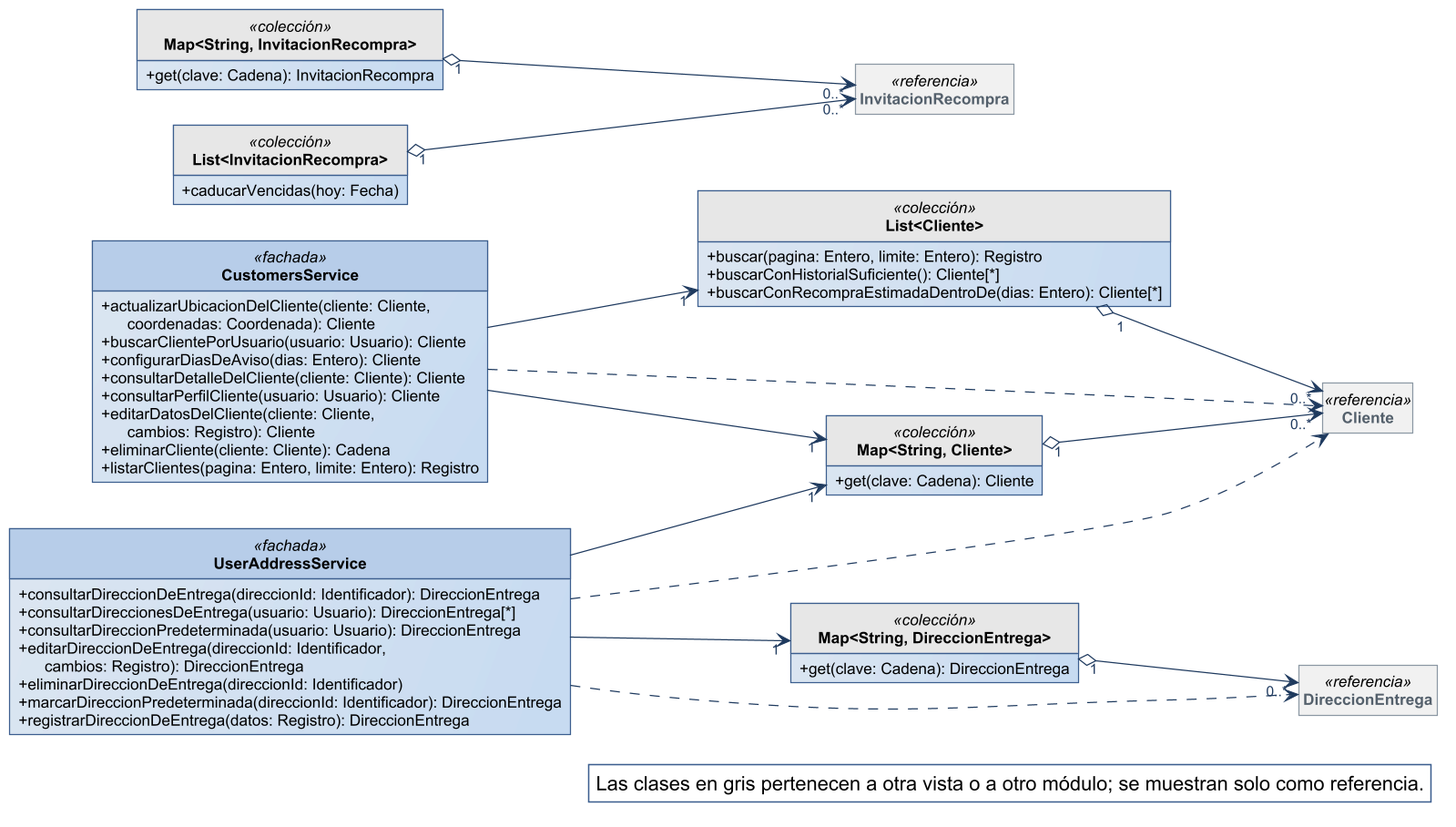
Nahuelito-Dev/splg-docs keeps this PlantUML diagram as diagramas/clases-diseno/DC_Mod_Clientes.png. Above is the earlier version.
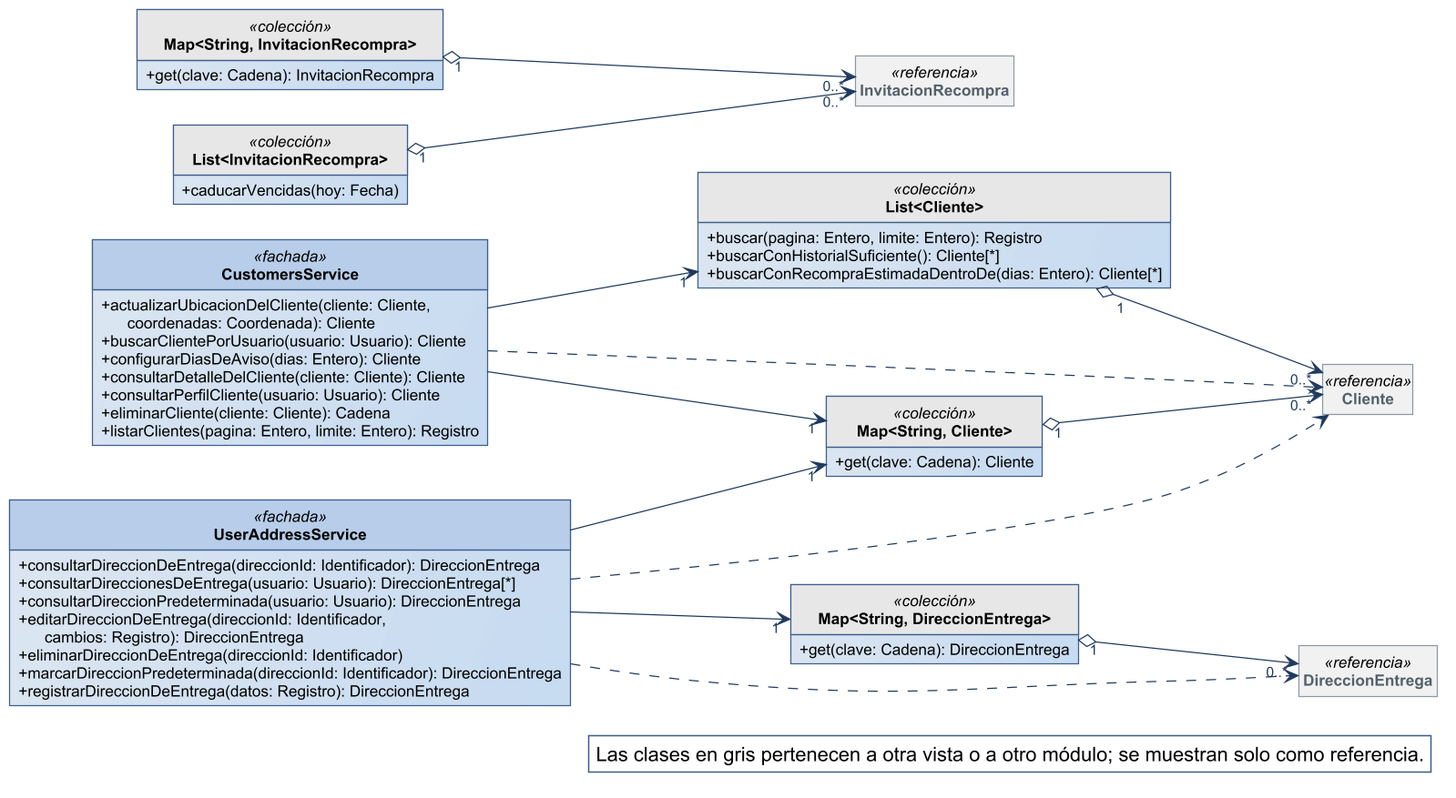
Above is the later version.

What changed in the source:
```diff
@@ -36,7 +36,6 @@
   + configurarDiasDeAviso(dias: Entero): Cliente
   + consultarDetalleDelCliente(cliente: Cliente): Cliente
   + consultarPerfilCliente(usuario: Usuario): Cliente
-  + editarDatosDelCliente(cliente: Cliente,\n      cambios: Registro): Cliente
   + eliminarCliente(cliente: Cliente): Cadena
   + listarClientes(pagina: Entero, limite: Entero): Registro
 }
```
